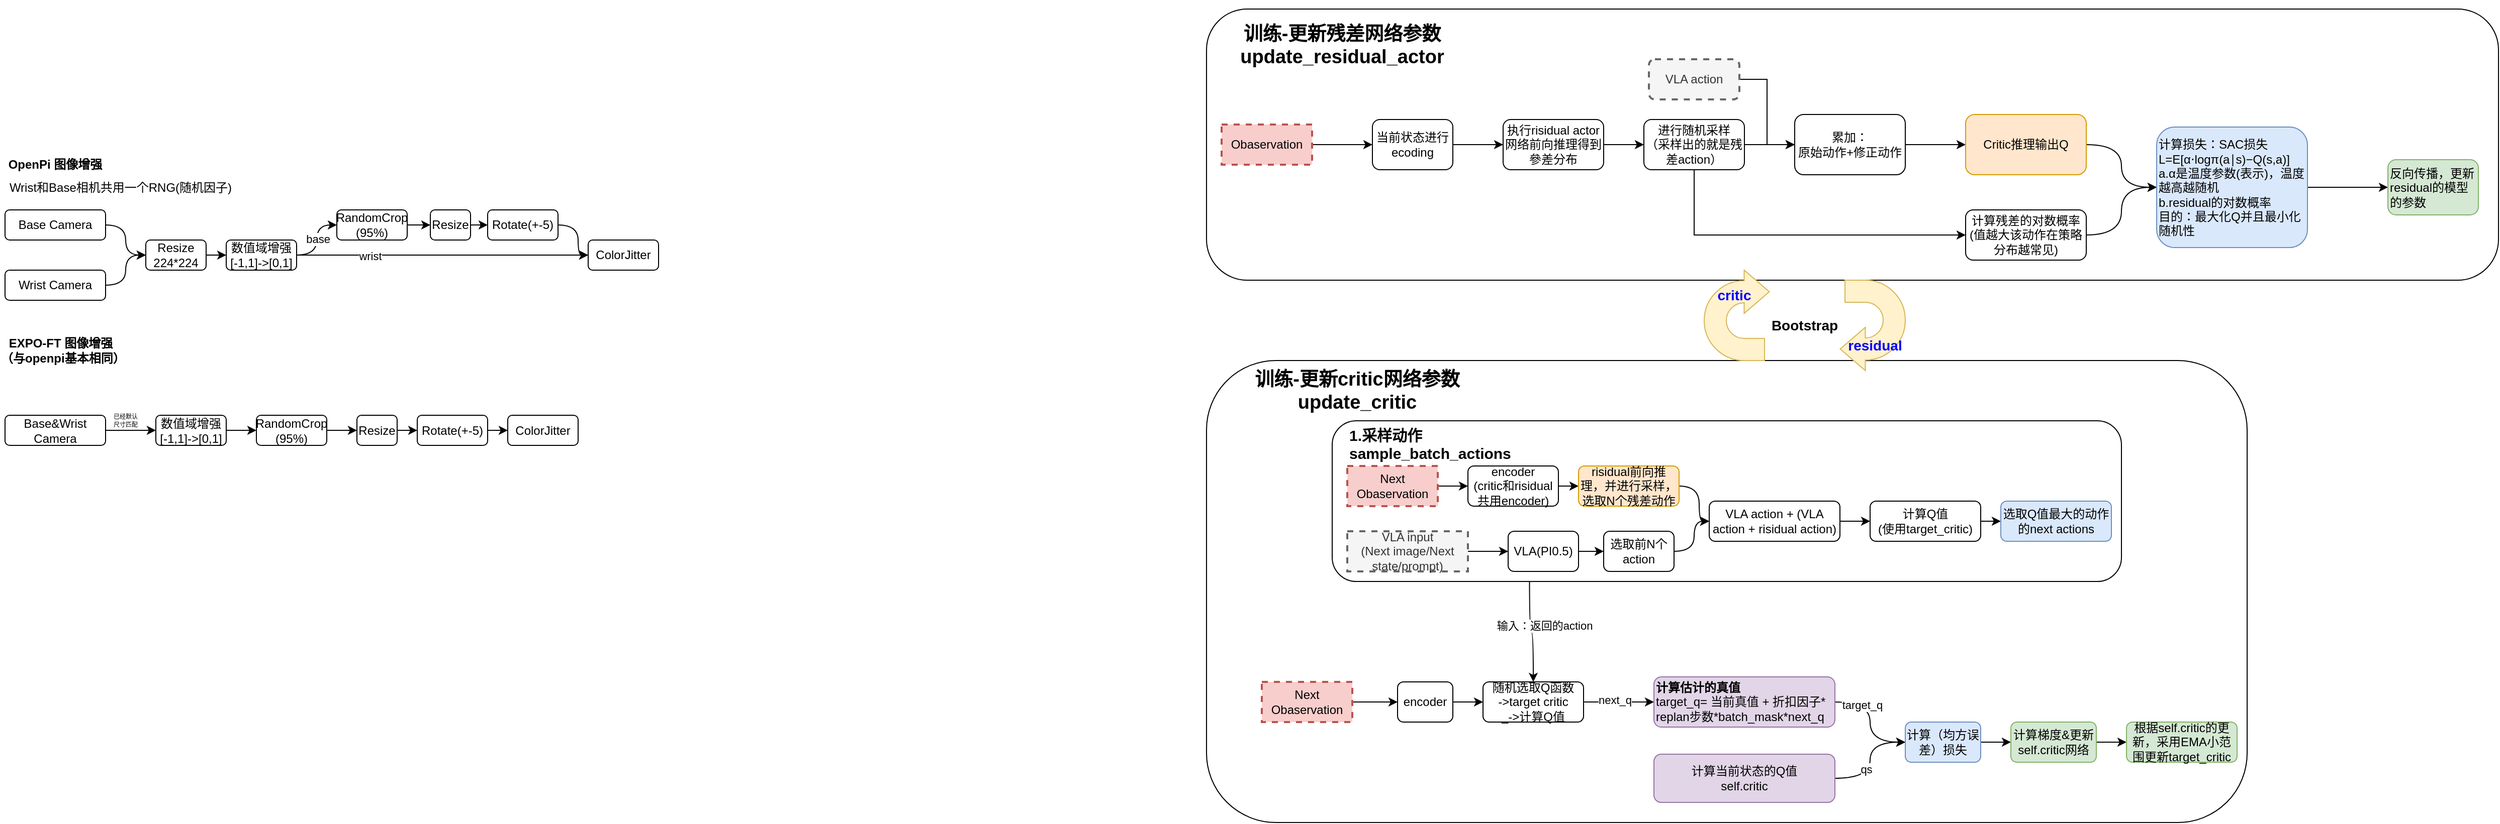
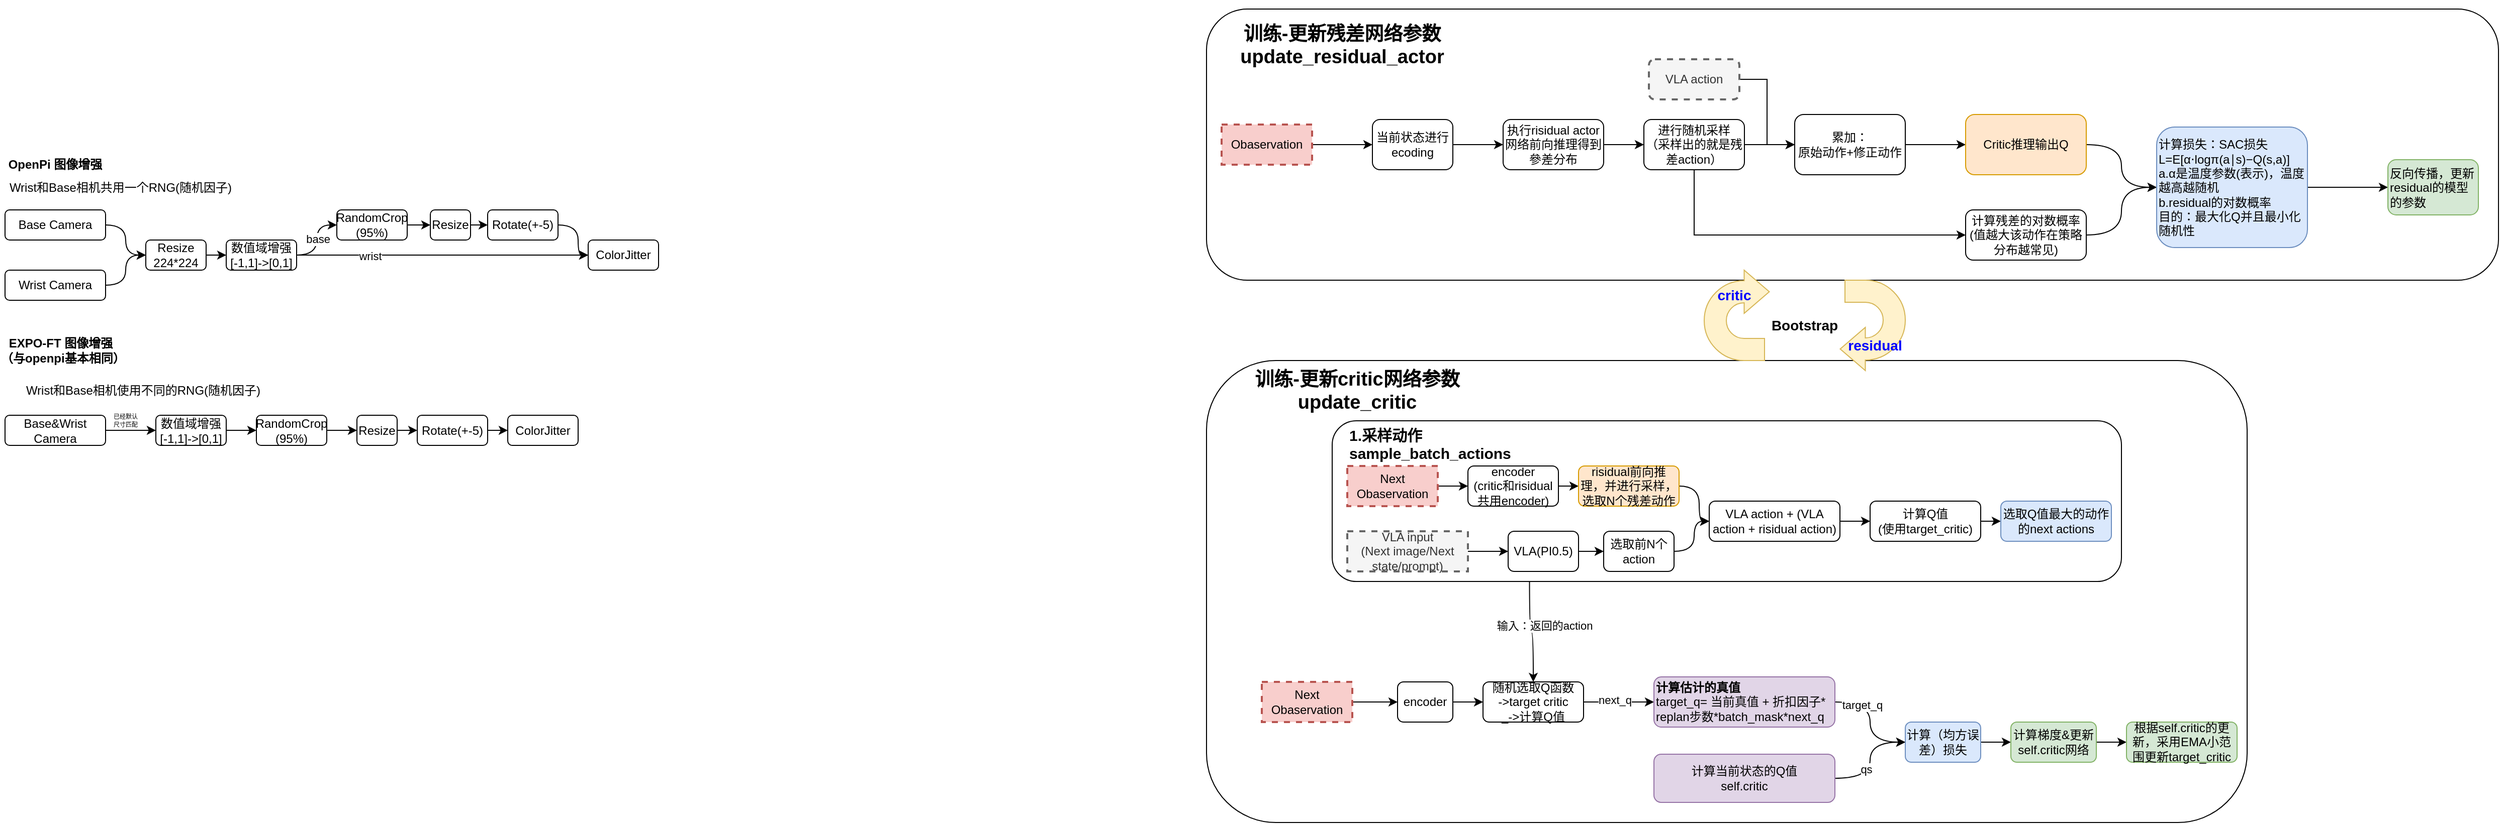
<mxfile host="app.diagrams.net">
  <diagram name="第 1 页" id="Xl2nalXjscSPXPMrPieM">
    <mxGraphModel dx="2153" dy="1418" grid="1" gridSize="10" guides="1" tooltips="1" connect="1" arrows="1" fold="1" page="1" pageScale="1" pageWidth="827" pageHeight="1169" math="0" shadow="0">
      <root>
        <mxCell id="0" />
        <mxCell id="1" parent="0" />
        <mxCell id="5m5IZYSdE89hOnIhnB_D-75" parent="1" style="rounded=1;whiteSpace=wrap;html=1;" value="" vertex="1">
          <mxGeometry height="460" width="1035" x="-55" y="540" as="geometry" />
        </mxCell>
        <mxCell id="5m5IZYSdE89hOnIhnB_D-59" edge="1" parent="1" source="5m5IZYSdE89hOnIhnB_D-50" style="edgeStyle=orthogonalEdgeStyle;curved=1;rounded=0;orthogonalLoop=1;jettySize=auto;html=1;exitX=0.25;exitY=1;exitDx=0;exitDy=0;entryX=0.5;entryY=0;entryDx=0;entryDy=0;" target="5m5IZYSdE89hOnIhnB_D-56">
          <mxGeometry relative="1" as="geometry" />
        </mxCell>
        <mxCell id="5m5IZYSdE89hOnIhnB_D-60" connectable="0" parent="5m5IZYSdE89hOnIhnB_D-59" style="edgeLabel;html=1;align=center;verticalAlign=middle;resizable=0;points=[];" value="输入：返回的action" vertex="1">
          <mxGeometry relative="1" x="-0.1644" y="4" as="geometry">
            <mxPoint x="10" as="offset" />
          </mxGeometry>
        </mxCell>
        <mxCell id="5m5IZYSdE89hOnIhnB_D-22" parent="1" style="rounded=1;whiteSpace=wrap;html=1;" value="" vertex="1">
          <mxGeometry height="270" width="1285" x="-55" y="190" as="geometry" />
        </mxCell>
        <mxCell id="5m5IZYSdE89hOnIhnB_D-3" edge="1" parent="1" source="5m5IZYSdE89hOnIhnB_D-1" style="edgeStyle=orthogonalEdgeStyle;rounded=0;orthogonalLoop=1;jettySize=auto;html=1;" target="5m5IZYSdE89hOnIhnB_D-2" value="">
          <mxGeometry relative="1" as="geometry" />
        </mxCell>
        <mxCell id="5m5IZYSdE89hOnIhnB_D-1" parent="1" style="rounded=1;whiteSpace=wrap;html=1;" value="当前状态进行ecoding" vertex="1">
          <mxGeometry height="50" width="80" x="110" y="300" as="geometry" />
        </mxCell>
        <mxCell id="5m5IZYSdE89hOnIhnB_D-5" edge="1" parent="1" source="5m5IZYSdE89hOnIhnB_D-2" style="edgeStyle=orthogonalEdgeStyle;rounded=0;orthogonalLoop=1;jettySize=auto;html=1;" target="5m5IZYSdE89hOnIhnB_D-4" value="">
          <mxGeometry relative="1" as="geometry" />
        </mxCell>
        <mxCell id="5m5IZYSdE89hOnIhnB_D-2" parent="1" style="rounded=1;whiteSpace=wrap;html=1;" value="执行risidual actor网络前向推理得到參差分布" vertex="1">
          <mxGeometry height="50" width="100" x="240" y="300" as="geometry" />
        </mxCell>
        <mxCell id="5m5IZYSdE89hOnIhnB_D-7" edge="1" parent="1" source="5m5IZYSdE89hOnIhnB_D-4" style="edgeStyle=orthogonalEdgeStyle;rounded=0;orthogonalLoop=1;jettySize=auto;html=1;exitX=0.5;exitY=1;exitDx=0;exitDy=0;entryX=0;entryY=0.5;entryDx=0;entryDy=0;" target="5m5IZYSdE89hOnIhnB_D-6" value="">
          <mxGeometry relative="1" as="geometry" />
        </mxCell>
        <mxCell id="5m5IZYSdE89hOnIhnB_D-14" edge="1" parent="1" source="5m5IZYSdE89hOnIhnB_D-4" style="edgeStyle=orthogonalEdgeStyle;rounded=0;orthogonalLoop=1;jettySize=auto;html=1;exitX=1;exitY=0.5;exitDx=0;exitDy=0;entryX=0;entryY=0.5;entryDx=0;entryDy=0;" target="5m5IZYSdE89hOnIhnB_D-12">
          <mxGeometry relative="1" as="geometry" />
        </mxCell>
        <mxCell id="5m5IZYSdE89hOnIhnB_D-4" parent="1" style="rounded=1;whiteSpace=wrap;html=1;" value="进行随机采样&lt;br&gt;（采样出的就是残差action）" vertex="1">
          <mxGeometry height="50" width="100" x="380" y="300" as="geometry" />
        </mxCell>
        <mxCell id="5m5IZYSdE89hOnIhnB_D-19" edge="1" parent="1" source="5m5IZYSdE89hOnIhnB_D-6" style="edgeStyle=orthogonalEdgeStyle;rounded=0;orthogonalLoop=1;jettySize=auto;html=1;exitX=1;exitY=0.5;exitDx=0;exitDy=0;entryX=0;entryY=0.5;entryDx=0;entryDy=0;curved=1;" target="5m5IZYSdE89hOnIhnB_D-17">
          <mxGeometry relative="1" as="geometry" />
        </mxCell>
        <mxCell id="5m5IZYSdE89hOnIhnB_D-6" parent="1" style="rounded=1;whiteSpace=wrap;html=1;" value="计算残差的对数概率&lt;br&gt;(值越大该动作在策略分布越常见)" vertex="1">
          <mxGeometry height="50" width="120" x="700" y="390" as="geometry" />
        </mxCell>
        <mxCell id="5m5IZYSdE89hOnIhnB_D-9" edge="1" parent="1" source="5m5IZYSdE89hOnIhnB_D-8" style="edgeStyle=orthogonalEdgeStyle;rounded=0;orthogonalLoop=1;jettySize=auto;html=1;exitX=1;exitY=0.5;exitDx=0;exitDy=0;entryX=0;entryY=0.5;entryDx=0;entryDy=0;" target="5m5IZYSdE89hOnIhnB_D-1">
          <mxGeometry relative="1" as="geometry" />
        </mxCell>
        <mxCell id="5m5IZYSdE89hOnIhnB_D-8" parent="1" style="rounded=0;whiteSpace=wrap;html=1;fillColor=#f8cecc;strokeColor=#b85450;dashed=1;strokeWidth=2;" value="Obaservation" vertex="1">
          <mxGeometry height="40" width="90" x="-40" y="305" as="geometry" />
        </mxCell>
        <mxCell id="5m5IZYSdE89hOnIhnB_D-13" edge="1" parent="1" source="5m5IZYSdE89hOnIhnB_D-10" style="edgeStyle=orthogonalEdgeStyle;rounded=0;orthogonalLoop=1;jettySize=auto;html=1;exitX=1;exitY=0.5;exitDx=0;exitDy=0;entryX=0;entryY=0.5;entryDx=0;entryDy=0;" target="5m5IZYSdE89hOnIhnB_D-12">
          <mxGeometry relative="1" as="geometry" />
        </mxCell>
        <mxCell id="5m5IZYSdE89hOnIhnB_D-10" parent="1" style="rounded=1;whiteSpace=wrap;html=1;fillColor=#f5f5f5;fontColor=#333333;strokeColor=#666666;dashed=1;strokeWidth=2;" value="VLA action" vertex="1">
          <mxGeometry height="40" width="90" x="385" y="240" as="geometry" />
        </mxCell>
        <mxCell id="5m5IZYSdE89hOnIhnB_D-16" edge="1" parent="1" source="5m5IZYSdE89hOnIhnB_D-12" style="edgeStyle=orthogonalEdgeStyle;rounded=0;orthogonalLoop=1;jettySize=auto;html=1;exitX=1;exitY=0.5;exitDx=0;exitDy=0;entryX=0;entryY=0.5;entryDx=0;entryDy=0;" target="5m5IZYSdE89hOnIhnB_D-15">
          <mxGeometry relative="1" as="geometry" />
        </mxCell>
        <mxCell id="5m5IZYSdE89hOnIhnB_D-12" parent="1" style="rounded=1;whiteSpace=wrap;html=1;" value="累加：&lt;br&gt;原始动作+修正动作" vertex="1">
          <mxGeometry height="60" width="110" x="530" y="295" as="geometry" />
        </mxCell>
        <mxCell id="5m5IZYSdE89hOnIhnB_D-18" edge="1" parent="1" source="5m5IZYSdE89hOnIhnB_D-15" style="edgeStyle=orthogonalEdgeStyle;rounded=0;orthogonalLoop=1;jettySize=auto;html=1;exitX=1;exitY=0.5;exitDx=0;exitDy=0;entryX=0;entryY=0.5;entryDx=0;entryDy=0;curved=1;" target="5m5IZYSdE89hOnIhnB_D-17">
          <mxGeometry relative="1" as="geometry" />
        </mxCell>
        <mxCell id="5m5IZYSdE89hOnIhnB_D-15" parent="1" style="rounded=1;whiteSpace=wrap;html=1;fillColor=#ffe6cc;strokeColor=#d79b00;" value="Critic推理输出Q" vertex="1">
          <mxGeometry height="60" width="120" x="700" y="295" as="geometry" />
        </mxCell>
        <mxCell id="5m5IZYSdE89hOnIhnB_D-21" edge="1" parent="1" source="5m5IZYSdE89hOnIhnB_D-17" style="edgeStyle=orthogonalEdgeStyle;curved=1;rounded=0;orthogonalLoop=1;jettySize=auto;html=1;" target="5m5IZYSdE89hOnIhnB_D-20" value="">
          <mxGeometry relative="1" as="geometry" />
        </mxCell>
        <mxCell id="5m5IZYSdE89hOnIhnB_D-17" parent="1" style="rounded=1;whiteSpace=wrap;html=1;align=left;fillColor=#dae8fc;strokeColor=#6c8ebf;" value="计算损失：SAC损失&lt;br&gt;L=E[α⋅logπ(a∣s)−Q(s,a)]&lt;div&gt;a.α是温度参数(表示)，温度越高越随机&lt;br&gt;b.residual的对数概率&lt;br&gt;目的：最大化Q并且最小化随机性&lt;/div&gt;" vertex="1">
          <mxGeometry height="120" width="150" x="890" y="307.5" as="geometry" />
        </mxCell>
        <mxCell id="5m5IZYSdE89hOnIhnB_D-20" parent="1" style="rounded=1;whiteSpace=wrap;html=1;align=left;fillColor=#d5e8d4;strokeColor=#82b366;" value="反向传播，更新residual的模型的参数" vertex="1">
          <mxGeometry height="55" width="90" x="1120" y="340" as="geometry" />
        </mxCell>
        <mxCell id="5m5IZYSdE89hOnIhnB_D-23" parent="1" style="text;html=1;whiteSpace=wrap;strokeColor=none;fillColor=none;align=center;verticalAlign=middle;rounded=0;fontStyle=1;fontSize=19;" value="&lt;br&gt;训练-更新残差网络参数update_residual_actor" vertex="1">
          <mxGeometry height="30" width="220" x="-30" y="200" as="geometry" />
        </mxCell>
        <mxCell id="5m5IZYSdE89hOnIhnB_D-55" edge="1" parent="1" source="5m5IZYSdE89hOnIhnB_D-53" style="edgeStyle=orthogonalEdgeStyle;curved=1;rounded=0;orthogonalLoop=1;jettySize=auto;html=1;exitX=1;exitY=0.5;exitDx=0;exitDy=0;entryX=0;entryY=0.5;entryDx=0;entryDy=0;" target="5m5IZYSdE89hOnIhnB_D-54">
          <mxGeometry relative="1" as="geometry" />
        </mxCell>
        <mxCell id="5m5IZYSdE89hOnIhnB_D-53" parent="1" style="rounded=0;whiteSpace=wrap;html=1;fillColor=#f8cecc;strokeColor=#b85450;dashed=1;strokeWidth=2;" value="Next&lt;br&gt;Obaservation" vertex="1">
          <mxGeometry height="40" width="90" y="860" as="geometry" />
        </mxCell>
        <mxCell id="5m5IZYSdE89hOnIhnB_D-57" edge="1" parent="1" source="5m5IZYSdE89hOnIhnB_D-54" style="edgeStyle=orthogonalEdgeStyle;curved=1;rounded=0;orthogonalLoop=1;jettySize=auto;html=1;" target="5m5IZYSdE89hOnIhnB_D-56" value="">
          <mxGeometry relative="1" as="geometry" />
        </mxCell>
        <mxCell id="5m5IZYSdE89hOnIhnB_D-54" parent="1" style="rounded=1;whiteSpace=wrap;html=1;strokeWidth=1;" value="encoder" vertex="1">
          <mxGeometry height="40" width="55" x="135" y="860" as="geometry" />
        </mxCell>
        <mxCell id="5m5IZYSdE89hOnIhnB_D-64" edge="1" parent="1" source="5m5IZYSdE89hOnIhnB_D-56" style="edgeStyle=orthogonalEdgeStyle;curved=1;rounded=0;orthogonalLoop=1;jettySize=auto;html=1;" target="5m5IZYSdE89hOnIhnB_D-63" value="">
          <mxGeometry relative="1" as="geometry" />
        </mxCell>
        <mxCell id="5m5IZYSdE89hOnIhnB_D-65" connectable="0" parent="5m5IZYSdE89hOnIhnB_D-64" style="edgeLabel;html=1;align=center;verticalAlign=middle;resizable=0;points=[];" value="next_q" vertex="1">
          <mxGeometry relative="1" x="-0.1202" y="2" as="geometry">
            <mxPoint as="offset" />
          </mxGeometry>
        </mxCell>
        <mxCell id="5m5IZYSdE89hOnIhnB_D-56" parent="1" style="rounded=1;whiteSpace=wrap;html=1;strokeWidth=1;" value="随机选取Q函数&lt;br&gt;-&amp;gt;target critic&lt;div&gt;_-&amp;gt;计算Q值&lt;/div&gt;" vertex="1">
          <mxGeometry height="40" width="100" x="220" y="860" as="geometry" />
        </mxCell>
        <mxCell id="5m5IZYSdE89hOnIhnB_D-67" edge="1" parent="1" source="5m5IZYSdE89hOnIhnB_D-63" style="edgeStyle=orthogonalEdgeStyle;curved=1;rounded=0;orthogonalLoop=1;jettySize=auto;html=1;" target="5m5IZYSdE89hOnIhnB_D-66" value="">
          <mxGeometry relative="1" as="geometry" />
        </mxCell>
        <mxCell id="5m5IZYSdE89hOnIhnB_D-70" connectable="0" parent="5m5IZYSdE89hOnIhnB_D-67" style="edgeLabel;html=1;align=center;verticalAlign=middle;resizable=0;points=[];" value="target_q" vertex="1">
          <mxGeometry relative="1" x="-0.5152" y="-3" as="geometry">
            <mxPoint as="offset" />
          </mxGeometry>
        </mxCell>
        <mxCell id="5m5IZYSdE89hOnIhnB_D-63" parent="1" style="rounded=1;whiteSpace=wrap;html=1;strokeWidth=1;align=left;fillColor=#e1d5e7;strokeColor=#9673a6;" value="&lt;b&gt;计算估计的真值&lt;/b&gt;&lt;br&gt;target_q= 当前真值 + 折扣因子* replan步数*batch_mask*next_q" vertex="1">
          <mxGeometry height="50" width="180" x="390" y="855" as="geometry" />
        </mxCell>
        <mxCell id="5m5IZYSdE89hOnIhnB_D-74" edge="1" parent="1" source="5m5IZYSdE89hOnIhnB_D-66" style="edgeStyle=orthogonalEdgeStyle;curved=1;rounded=0;orthogonalLoop=1;jettySize=auto;html=1;" target="5m5IZYSdE89hOnIhnB_D-73" value="">
          <mxGeometry relative="1" as="geometry" />
        </mxCell>
        <mxCell id="5m5IZYSdE89hOnIhnB_D-66" parent="1" style="whiteSpace=wrap;html=1;align=center;rounded=1;strokeWidth=1;fillColor=#dae8fc;strokeColor=#6c8ebf;" value="计算（均方误差）损失" vertex="1">
          <mxGeometry height="40" width="75" x="640" y="900" as="geometry" />
        </mxCell>
        <mxCell id="5m5IZYSdE89hOnIhnB_D-69" edge="1" parent="1" source="5m5IZYSdE89hOnIhnB_D-68" style="edgeStyle=orthogonalEdgeStyle;curved=1;rounded=0;orthogonalLoop=1;jettySize=auto;html=1;exitX=1;exitY=0.5;exitDx=0;exitDy=0;entryX=0;entryY=0.5;entryDx=0;entryDy=0;" target="5m5IZYSdE89hOnIhnB_D-66">
          <mxGeometry relative="1" as="geometry" />
        </mxCell>
        <mxCell id="5m5IZYSdE89hOnIhnB_D-72" connectable="0" parent="5m5IZYSdE89hOnIhnB_D-69" style="edgeLabel;html=1;align=center;verticalAlign=middle;resizable=0;points=[];" value="qs" vertex="1">
          <mxGeometry relative="1" x="-0.1592" y="4" as="geometry">
            <mxPoint as="offset" />
          </mxGeometry>
        </mxCell>
        <mxCell id="5m5IZYSdE89hOnIhnB_D-68" parent="1" style="rounded=1;whiteSpace=wrap;html=1;strokeWidth=1;fillColor=#e1d5e7;strokeColor=#9673a6;" value="计算当前状态的Q值&lt;br&gt;self.critic" vertex="1">
          <mxGeometry height="48" width="180" x="390" y="932" as="geometry" />
        </mxCell>
        <mxCell id="5m5IZYSdE89hOnIhnB_D-78" edge="1" parent="1" source="5m5IZYSdE89hOnIhnB_D-73" style="edgeStyle=orthogonalEdgeStyle;curved=1;rounded=0;orthogonalLoop=1;jettySize=auto;html=1;" target="5m5IZYSdE89hOnIhnB_D-77" value="">
          <mxGeometry relative="1" as="geometry" />
        </mxCell>
        <mxCell id="5m5IZYSdE89hOnIhnB_D-73" parent="1" style="whiteSpace=wrap;html=1;align=center;rounded=1;strokeWidth=1;fillColor=#d5e8d4;strokeColor=#82b366;" value="计算梯度&amp;amp;更新self.critic网络" vertex="1">
          <mxGeometry height="40" width="85" x="745" y="900" as="geometry" />
        </mxCell>
        <mxCell id="5m5IZYSdE89hOnIhnB_D-76" parent="1" style="text;html=1;whiteSpace=wrap;strokeColor=none;fillColor=none;align=center;verticalAlign=middle;rounded=0;fontStyle=1;fontSize=19;" value="训练-更新critic网络参数&lt;br&gt;update_critic" vertex="1">
          <mxGeometry height="40" width="220" x="-15" y="550" as="geometry" />
        </mxCell>
        <mxCell id="5m5IZYSdE89hOnIhnB_D-77" parent="1" style="whiteSpace=wrap;html=1;align=center;rounded=1;strokeWidth=1;fillColor=#d5e8d4;strokeColor=#82b366;" value="根据self.critic的更新，采用EMA小范围更新target_critic" vertex="1">
          <mxGeometry height="40" width="110" x="860" y="900" as="geometry" />
        </mxCell>
        <mxCell id="5m5IZYSdE89hOnIhnB_D-79" connectable="0" parent="1" style="group" value="" vertex="1">
          <mxGeometry height="160" width="785" x="70" y="600" as="geometry" />
        </mxCell>
        <mxCell id="5m5IZYSdE89hOnIhnB_D-50" parent="5m5IZYSdE89hOnIhnB_D-79" style="rounded=1;whiteSpace=wrap;html=1;" value="" vertex="1">
          <mxGeometry height="160" width="785" as="geometry" />
        </mxCell>
        <mxCell id="5m5IZYSdE89hOnIhnB_D-39" edge="1" parent="5m5IZYSdE89hOnIhnB_D-79" source="5m5IZYSdE89hOnIhnB_D-32" style="edgeStyle=orthogonalEdgeStyle;curved=1;rounded=0;orthogonalLoop=1;jettySize=auto;html=1;exitX=1;exitY=0.5;exitDx=0;exitDy=0;entryX=0;entryY=0.5;entryDx=0;entryDy=0;" target="5m5IZYSdE89hOnIhnB_D-38">
          <mxGeometry relative="1" as="geometry" />
        </mxCell>
        <mxCell id="5m5IZYSdE89hOnIhnB_D-32" parent="5m5IZYSdE89hOnIhnB_D-79" style="rounded=0;whiteSpace=wrap;html=1;fillColor=#f8cecc;strokeColor=#b85450;dashed=1;strokeWidth=2;" value="Next&lt;br&gt;Obaservation" vertex="1">
          <mxGeometry height="40" width="90" x="15" y="45" as="geometry" />
        </mxCell>
        <mxCell id="5m5IZYSdE89hOnIhnB_D-35" edge="1" parent="5m5IZYSdE89hOnIhnB_D-79" source="5m5IZYSdE89hOnIhnB_D-33" style="edgeStyle=orthogonalEdgeStyle;curved=1;rounded=0;orthogonalLoop=1;jettySize=auto;html=1;" target="5m5IZYSdE89hOnIhnB_D-34" value="">
          <mxGeometry relative="1" as="geometry" />
        </mxCell>
        <mxCell id="5m5IZYSdE89hOnIhnB_D-33" parent="5m5IZYSdE89hOnIhnB_D-79" style="rounded=0;whiteSpace=wrap;html=1;fillColor=#f5f5f5;fontColor=#333333;strokeColor=#666666;dashed=1;strokeWidth=2;" value="VLA input&lt;br&gt;(Next image/Next state/prompt)" vertex="1">
          <mxGeometry height="40" width="120" x="15" y="110" as="geometry" />
        </mxCell>
        <mxCell id="5m5IZYSdE89hOnIhnB_D-37" edge="1" parent="5m5IZYSdE89hOnIhnB_D-79" source="5m5IZYSdE89hOnIhnB_D-34" style="edgeStyle=orthogonalEdgeStyle;curved=1;rounded=0;orthogonalLoop=1;jettySize=auto;html=1;" target="5m5IZYSdE89hOnIhnB_D-36" value="">
          <mxGeometry relative="1" as="geometry" />
        </mxCell>
        <mxCell id="5m5IZYSdE89hOnIhnB_D-34" parent="5m5IZYSdE89hOnIhnB_D-79" style="rounded=1;whiteSpace=wrap;html=1;strokeWidth=1;" value="VLA(PI0.5)" vertex="1">
          <mxGeometry height="40" width="70" x="175" y="110" as="geometry" />
        </mxCell>
        <mxCell id="5m5IZYSdE89hOnIhnB_D-44" edge="1" parent="5m5IZYSdE89hOnIhnB_D-79" source="5m5IZYSdE89hOnIhnB_D-36" style="edgeStyle=orthogonalEdgeStyle;curved=1;rounded=0;orthogonalLoop=1;jettySize=auto;html=1;exitX=1;exitY=0.5;exitDx=0;exitDy=0;entryX=0;entryY=0.5;entryDx=0;entryDy=0;" target="5m5IZYSdE89hOnIhnB_D-43">
          <mxGeometry relative="1" as="geometry" />
        </mxCell>
        <mxCell id="5m5IZYSdE89hOnIhnB_D-36" parent="5m5IZYSdE89hOnIhnB_D-79" style="rounded=1;whiteSpace=wrap;html=1;strokeWidth=1;" value="选取前N个action" vertex="1">
          <mxGeometry height="40" width="70" x="270" y="110" as="geometry" />
        </mxCell>
        <mxCell id="5m5IZYSdE89hOnIhnB_D-41" edge="1" parent="5m5IZYSdE89hOnIhnB_D-79" source="5m5IZYSdE89hOnIhnB_D-38" style="edgeStyle=orthogonalEdgeStyle;curved=1;rounded=0;orthogonalLoop=1;jettySize=auto;html=1;" target="5m5IZYSdE89hOnIhnB_D-40" value="">
          <mxGeometry relative="1" as="geometry" />
        </mxCell>
        <mxCell id="5m5IZYSdE89hOnIhnB_D-38" parent="5m5IZYSdE89hOnIhnB_D-79" style="rounded=1;whiteSpace=wrap;html=1;strokeWidth=1;" value="encoder&lt;div&gt;(critic和risidual共用encoder)&lt;/div&gt;" vertex="1">
          <mxGeometry height="40" width="90" x="135" y="45" as="geometry" />
        </mxCell>
        <mxCell id="5m5IZYSdE89hOnIhnB_D-45" edge="1" parent="5m5IZYSdE89hOnIhnB_D-79" source="5m5IZYSdE89hOnIhnB_D-40" style="edgeStyle=orthogonalEdgeStyle;curved=1;rounded=0;orthogonalLoop=1;jettySize=auto;html=1;exitX=1;exitY=0.5;exitDx=0;exitDy=0;entryX=0;entryY=0.5;entryDx=0;entryDy=0;" target="5m5IZYSdE89hOnIhnB_D-43">
          <mxGeometry relative="1" as="geometry" />
        </mxCell>
        <mxCell id="5m5IZYSdE89hOnIhnB_D-40" parent="5m5IZYSdE89hOnIhnB_D-79" style="rounded=1;whiteSpace=wrap;html=1;strokeWidth=1;fillColor=#ffe6cc;strokeColor=#d79b00;" value="risidual前向推理，并进行采样，选取N个残差动作" vertex="1">
          <mxGeometry height="40" width="100" x="245" y="45" as="geometry" />
        </mxCell>
        <mxCell id="5m5IZYSdE89hOnIhnB_D-47" edge="1" parent="5m5IZYSdE89hOnIhnB_D-79" source="5m5IZYSdE89hOnIhnB_D-43" style="edgeStyle=orthogonalEdgeStyle;curved=1;rounded=0;orthogonalLoop=1;jettySize=auto;html=1;exitX=1;exitY=0.5;exitDx=0;exitDy=0;entryX=0;entryY=0.5;entryDx=0;entryDy=0;" target="5m5IZYSdE89hOnIhnB_D-46">
          <mxGeometry relative="1" as="geometry" />
        </mxCell>
        <mxCell id="5m5IZYSdE89hOnIhnB_D-43" parent="5m5IZYSdE89hOnIhnB_D-79" style="rounded=1;whiteSpace=wrap;html=1;strokeWidth=1;" value="VLA action + (VLA action + risidual action)" vertex="1">
          <mxGeometry height="40" width="130" x="375" y="80" as="geometry" />
        </mxCell>
        <mxCell id="5m5IZYSdE89hOnIhnB_D-49" edge="1" parent="5m5IZYSdE89hOnIhnB_D-79" source="5m5IZYSdE89hOnIhnB_D-46" style="edgeStyle=orthogonalEdgeStyle;curved=1;rounded=0;orthogonalLoop=1;jettySize=auto;html=1;" target="5m5IZYSdE89hOnIhnB_D-48" value="">
          <mxGeometry relative="1" as="geometry" />
        </mxCell>
        <mxCell id="5m5IZYSdE89hOnIhnB_D-46" parent="5m5IZYSdE89hOnIhnB_D-79" style="rounded=1;whiteSpace=wrap;html=1;strokeWidth=1;" value="计算Q值&lt;br&gt;(使用target_critic)" vertex="1">
          <mxGeometry height="40" width="110" x="535" y="80" as="geometry" />
        </mxCell>
        <mxCell id="5m5IZYSdE89hOnIhnB_D-48" parent="5m5IZYSdE89hOnIhnB_D-79" style="rounded=1;whiteSpace=wrap;html=1;strokeWidth=1;fillColor=#dae8fc;strokeColor=#6c8ebf;" value="选取Q值最大的动作&lt;br&gt;的next actions" vertex="1">
          <mxGeometry height="40" width="110" x="665" y="80" as="geometry" />
        </mxCell>
        <mxCell id="5m5IZYSdE89hOnIhnB_D-51" parent="5m5IZYSdE89hOnIhnB_D-79" style="text;html=1;whiteSpace=wrap;strokeColor=none;fillColor=none;align=left;verticalAlign=middle;rounded=0;fontStyle=1;fontSize=15;" value="1.采样动作&lt;br&gt;sample_batch_actions" vertex="1">
          <mxGeometry height="30" width="220" x="15" y="8" as="geometry" />
        </mxCell>
        <mxCell id="5m5IZYSdE89hOnIhnB_D-82" parent="1" style="html=1;shadow=0;dashed=0;align=center;verticalAlign=middle;shape=mxgraph.arrows2.uTurnArrow;dy=11;arrowHead=43;dx2=25;fillColor=#fff2cc;strokeColor=#d6b656;" value="" vertex="1">
          <mxGeometry height="90" width="60" x="440" y="450" as="geometry" />
        </mxCell>
        <mxCell id="5m5IZYSdE89hOnIhnB_D-83" parent="1" style="html=1;shadow=0;dashed=0;align=center;verticalAlign=middle;shape=mxgraph.arrows2.uTurnArrow;dy=11;arrowHead=43;dx2=25;rotation=-180;fillColor=#fff2cc;strokeColor=#d6b656;" value="&amp;nbsp; " vertex="1">
          <mxGeometry height="90" width="60" x="580" y="460" as="geometry" />
        </mxCell>
        <mxCell id="5m5IZYSdE89hOnIhnB_D-84" parent="1" style="text;html=1;whiteSpace=wrap;strokeColor=none;fillColor=none;align=center;verticalAlign=middle;rounded=0;fontStyle=1;fontSize=14;" value="Bootstrap" vertex="1">
          <mxGeometry height="30" width="60" x="510" y="490" as="geometry" />
        </mxCell>
        <mxCell id="5m5IZYSdE89hOnIhnB_D-85" parent="1" style="text;html=1;whiteSpace=wrap;strokeColor=none;fillColor=none;align=center;verticalAlign=middle;rounded=0;fontStyle=1;fontColor=#0000FF;fontSize=14;" value="critic" vertex="1">
          <mxGeometry height="30" width="60" x="440" y="460" as="geometry" />
        </mxCell>
        <mxCell id="5m5IZYSdE89hOnIhnB_D-86" parent="1" style="text;html=1;whiteSpace=wrap;strokeColor=none;fillColor=none;align=center;verticalAlign=middle;rounded=0;fontStyle=1;fontColor=#0000FF;fontSize=14;" value="residual" vertex="1">
          <mxGeometry height="30" width="60" x="580" y="510" as="geometry" />
        </mxCell>
        <mxCell id="5m5IZYSdE89hOnIhnB_D-99" edge="1" parent="1" source="5m5IZYSdE89hOnIhnB_D-87" style="edgeStyle=orthogonalEdgeStyle;curved=1;rounded=0;orthogonalLoop=1;jettySize=auto;html=1;exitX=1;exitY=0.5;exitDx=0;exitDy=0;entryX=0;entryY=0.5;entryDx=0;entryDy=0;" target="5m5IZYSdE89hOnIhnB_D-89">
          <mxGeometry relative="1" as="geometry" />
        </mxCell>
        <mxCell id="5m5IZYSdE89hOnIhnB_D-87" parent="1" style="rounded=1;whiteSpace=wrap;html=1;" value="Base Camera" vertex="1">
          <mxGeometry height="30" width="100" x="-1250" y="390" as="geometry" />
        </mxCell>
        <mxCell id="5m5IZYSdE89hOnIhnB_D-98" edge="1" parent="1" source="5m5IZYSdE89hOnIhnB_D-88" style="edgeStyle=orthogonalEdgeStyle;curved=1;rounded=0;orthogonalLoop=1;jettySize=auto;html=1;exitX=1;exitY=0.5;exitDx=0;exitDy=0;entryX=0;entryY=0.5;entryDx=0;entryDy=0;" target="5m5IZYSdE89hOnIhnB_D-89">
          <mxGeometry relative="1" as="geometry" />
        </mxCell>
        <mxCell id="5m5IZYSdE89hOnIhnB_D-88" parent="1" style="rounded=1;whiteSpace=wrap;html=1;" value="Wrist Camera" vertex="1">
          <mxGeometry height="30" width="100" x="-1250" y="450" as="geometry" />
        </mxCell>
        <mxCell id="5m5IZYSdE89hOnIhnB_D-108" edge="1" parent="1" source="5m5IZYSdE89hOnIhnB_D-89" style="edgeStyle=orthogonalEdgeStyle;curved=1;rounded=0;orthogonalLoop=1;jettySize=auto;html=1;" target="5m5IZYSdE89hOnIhnB_D-107" value="">
          <mxGeometry relative="1" as="geometry" />
        </mxCell>
        <mxCell id="5m5IZYSdE89hOnIhnB_D-89" parent="1" style="rounded=1;whiteSpace=wrap;html=1;" value="Resize&lt;div&gt;224*224&lt;/div&gt;" vertex="1">
          <mxGeometry height="30" width="60" x="-1110" y="420" as="geometry" />
        </mxCell>
        <mxCell id="5m5IZYSdE89hOnIhnB_D-92" edge="1" parent="1" source="5m5IZYSdE89hOnIhnB_D-90" style="edgeStyle=orthogonalEdgeStyle;curved=1;rounded=0;orthogonalLoop=1;jettySize=auto;html=1;" target="5m5IZYSdE89hOnIhnB_D-91" value="">
          <mxGeometry relative="1" as="geometry" />
        </mxCell>
        <mxCell id="5m5IZYSdE89hOnIhnB_D-90" parent="1" style="rounded=1;whiteSpace=wrap;html=1;" value="RandomCrop&lt;br&gt;(95%)" vertex="1">
          <mxGeometry height="30" width="70" x="-920" y="390" as="geometry" />
        </mxCell>
        <mxCell id="5m5IZYSdE89hOnIhnB_D-94" edge="1" parent="1" source="5m5IZYSdE89hOnIhnB_D-91" style="edgeStyle=orthogonalEdgeStyle;curved=1;rounded=0;orthogonalLoop=1;jettySize=auto;html=1;" target="5m5IZYSdE89hOnIhnB_D-93" value="">
          <mxGeometry relative="1" as="geometry" />
        </mxCell>
        <mxCell id="5m5IZYSdE89hOnIhnB_D-91" parent="1" style="rounded=1;whiteSpace=wrap;html=1;" value="Resize" vertex="1">
          <mxGeometry height="30" width="40" x="-827" y="390" as="geometry" />
        </mxCell>
        <mxCell id="5m5IZYSdE89hOnIhnB_D-96" edge="1" parent="1" source="5m5IZYSdE89hOnIhnB_D-93" style="edgeStyle=orthogonalEdgeStyle;curved=1;rounded=0;orthogonalLoop=1;jettySize=auto;html=1;" target="5m5IZYSdE89hOnIhnB_D-95" value="">
          <mxGeometry relative="1" as="geometry" />
        </mxCell>
        <mxCell id="5m5IZYSdE89hOnIhnB_D-93" parent="1" style="rounded=1;whiteSpace=wrap;html=1;" value="Rotate(+-5)" vertex="1">
          <mxGeometry height="30" width="70" x="-770" y="390" as="geometry" />
        </mxCell>
        <mxCell id="5m5IZYSdE89hOnIhnB_D-95" parent="1" style="rounded=1;whiteSpace=wrap;html=1;" value="ColorJitter" vertex="1">
          <mxGeometry height="30" width="70" x="-670" y="420" as="geometry" />
        </mxCell>
        <mxCell id="5m5IZYSdE89hOnIhnB_D-103" parent="1" style="text;html=1;whiteSpace=wrap;strokeColor=none;fillColor=none;align=center;verticalAlign=middle;rounded=0;" value="Wrist和Base相机共用一个RNG(随机因子)" vertex="1">
          <mxGeometry height="20" width="230" x="-1250" y="357.5" as="geometry" />
        </mxCell>
        <mxCell id="5m5IZYSdE89hOnIhnB_D-105" parent="1" style="text;html=1;whiteSpace=wrap;strokeColor=none;fillColor=none;align=center;verticalAlign=middle;rounded=0;fontStyle=1" value="OpenPi 图像增强" vertex="1">
          <mxGeometry height="20" width="110" x="-1255" y="335" as="geometry" />
        </mxCell>
        <mxCell id="5m5IZYSdE89hOnIhnB_D-106" parent="1" style="text;html=1;whiteSpace=wrap;strokeColor=none;fillColor=none;align=center;verticalAlign=middle;rounded=0;fontStyle=1" value="EXPO-FT 图像增强&lt;br&gt;（与openpi基本相同）" vertex="1">
          <mxGeometry height="20" width="121" x="-1255" y="520" as="geometry" />
        </mxCell>
        <mxCell id="5m5IZYSdE89hOnIhnB_D-109" edge="1" parent="1" source="5m5IZYSdE89hOnIhnB_D-107" style="edgeStyle=orthogonalEdgeStyle;curved=1;rounded=0;orthogonalLoop=1;jettySize=auto;html=1;exitX=1;exitY=0.5;exitDx=0;exitDy=0;entryX=0;entryY=0.5;entryDx=0;entryDy=0;" target="5m5IZYSdE89hOnIhnB_D-90">
          <mxGeometry relative="1" as="geometry" />
        </mxCell>
        <mxCell id="5m5IZYSdE89hOnIhnB_D-110" connectable="0" parent="5m5IZYSdE89hOnIhnB_D-109" style="edgeLabel;html=1;align=center;verticalAlign=middle;resizable=0;points=[];" value="base" vertex="1">
          <mxGeometry relative="1" x="0.0335" y="-1" as="geometry">
            <mxPoint as="offset" />
          </mxGeometry>
        </mxCell>
        <mxCell id="5m5IZYSdE89hOnIhnB_D-111" edge="1" parent="1" source="5m5IZYSdE89hOnIhnB_D-107" style="edgeStyle=orthogonalEdgeStyle;curved=1;rounded=0;orthogonalLoop=1;jettySize=auto;html=1;exitX=1;exitY=0.5;exitDx=0;exitDy=0;" target="5m5IZYSdE89hOnIhnB_D-95">
          <mxGeometry relative="1" as="geometry" />
        </mxCell>
        <mxCell id="5m5IZYSdE89hOnIhnB_D-112" connectable="0" parent="5m5IZYSdE89hOnIhnB_D-111" style="edgeLabel;html=1;align=center;verticalAlign=middle;resizable=0;points=[];" value="wrist" vertex="1">
          <mxGeometry relative="1" x="-0.4996" y="-1" as="geometry">
            <mxPoint as="offset" />
          </mxGeometry>
        </mxCell>
        <mxCell id="5m5IZYSdE89hOnIhnB_D-107" parent="1" style="rounded=1;whiteSpace=wrap;html=1;" value="数值域增强&lt;br&gt;[-1,1]-&amp;gt;[0,1]" vertex="1">
          <mxGeometry height="30" width="70" x="-1030" y="420" as="geometry" />
        </mxCell>
        <mxCell id="5m5IZYSdE89hOnIhnB_D-118" edge="1" parent="1" source="5m5IZYSdE89hOnIhnB_D-113" style="edgeStyle=orthogonalEdgeStyle;curved=1;rounded=0;orthogonalLoop=1;jettySize=auto;html=1;exitX=1;exitY=0.5;exitDx=0;exitDy=0;entryX=0;entryY=0.5;entryDx=0;entryDy=0;" target="5m5IZYSdE89hOnIhnB_D-114">
          <mxGeometry relative="1" as="geometry" />
        </mxCell>
        <mxCell id="5m5IZYSdE89hOnIhnB_D-113" parent="1" style="rounded=1;whiteSpace=wrap;html=1;" value="数值域增强&lt;br&gt;[-1,1]-&amp;gt;[0,1]" vertex="1">
          <mxGeometry height="30" width="70" x="-1100" y="594.5" as="geometry" />
        </mxCell>
        <mxCell id="5m5IZYSdE89hOnIhnB_D-119" edge="1" parent="1" source="5m5IZYSdE89hOnIhnB_D-114" style="edgeStyle=orthogonalEdgeStyle;curved=1;rounded=0;orthogonalLoop=1;jettySize=auto;html=1;exitX=1;exitY=0.5;exitDx=0;exitDy=0;entryX=0;entryY=0.5;entryDx=0;entryDy=0;" target="5m5IZYSdE89hOnIhnB_D-115">
          <mxGeometry relative="1" as="geometry" />
        </mxCell>
        <mxCell id="5m5IZYSdE89hOnIhnB_D-114" parent="1" style="rounded=1;whiteSpace=wrap;html=1;" value="RandomCrop&lt;br&gt;(95%)" vertex="1">
          <mxGeometry height="30" width="70" x="-1000" y="594.5" as="geometry" />
        </mxCell>
        <mxCell id="5m5IZYSdE89hOnIhnB_D-120" edge="1" parent="1" source="5m5IZYSdE89hOnIhnB_D-115" style="edgeStyle=orthogonalEdgeStyle;curved=1;rounded=0;orthogonalLoop=1;jettySize=auto;html=1;exitX=1;exitY=0.5;exitDx=0;exitDy=0;entryX=0;entryY=0.5;entryDx=0;entryDy=0;" target="5m5IZYSdE89hOnIhnB_D-116">
          <mxGeometry relative="1" as="geometry" />
        </mxCell>
        <mxCell id="5m5IZYSdE89hOnIhnB_D-115" parent="1" style="rounded=1;whiteSpace=wrap;html=1;" value="Resize" vertex="1">
          <mxGeometry height="30" width="40" x="-900" y="594.5" as="geometry" />
        </mxCell>
        <mxCell id="5m5IZYSdE89hOnIhnB_D-121" edge="1" parent="1" source="5m5IZYSdE89hOnIhnB_D-116" style="edgeStyle=orthogonalEdgeStyle;curved=1;rounded=0;orthogonalLoop=1;jettySize=auto;html=1;exitX=1;exitY=0.5;exitDx=0;exitDy=0;entryX=0;entryY=0.5;entryDx=0;entryDy=0;" target="5m5IZYSdE89hOnIhnB_D-117">
          <mxGeometry relative="1" as="geometry" />
        </mxCell>
        <mxCell id="5m5IZYSdE89hOnIhnB_D-116" parent="1" style="rounded=1;whiteSpace=wrap;html=1;" value="Rotate(+-5)" vertex="1">
          <mxGeometry height="30" width="70" x="-840" y="594.5" as="geometry" />
        </mxCell>
        <mxCell id="5m5IZYSdE89hOnIhnB_D-117" parent="1" style="rounded=1;whiteSpace=wrap;html=1;" value="ColorJitter" vertex="1">
          <mxGeometry height="30" width="70" x="-750" y="594.5" as="geometry" />
        </mxCell>
        <mxCell id="5m5IZYSdE89hOnIhnB_D-123" edge="1" parent="1" source="5m5IZYSdE89hOnIhnB_D-122" style="edgeStyle=orthogonalEdgeStyle;curved=1;rounded=0;orthogonalLoop=1;jettySize=auto;html=1;exitX=1;exitY=0.5;exitDx=0;exitDy=0;entryX=0;entryY=0.5;entryDx=0;entryDy=0;" target="5m5IZYSdE89hOnIhnB_D-113">
          <mxGeometry relative="1" as="geometry" />
        </mxCell>
        <mxCell id="5m5IZYSdE89hOnIhnB_D-122" parent="1" style="rounded=1;whiteSpace=wrap;html=1;" value="Base&amp;amp;Wrist Camera" vertex="1">
          <mxGeometry height="30" width="100" x="-1250" y="594.5" as="geometry" />
        </mxCell>
        <mxCell id="5m5IZYSdE89hOnIhnB_D-124" parent="1" style="text;html=1;whiteSpace=wrap;strokeColor=none;fillColor=none;align=center;verticalAlign=middle;rounded=0;fontSize=6;" value="已经默认&lt;br&gt;尺寸匹配" vertex="1">
          <mxGeometry height="30" width="60" x="-1160" y="584.5" as="geometry" />
        </mxCell>
+         <mxCell id="5m5IZYSdE89hOnIhnB_D-125" parent="1" style="text;html=1;whiteSpace=wrap;strokeColor=none;fillColor=none;align=center;verticalAlign=middle;rounded=0;" value="Wrist和Base相机使用不同的RNG(随机因子)" vertex="1">
+           <mxGeometry height="20" width="265" x="-1245" y="560" as="geometry" />
+         </mxCell>
      </root>
    </mxGraphModel>
  </diagram>
</mxfile>
